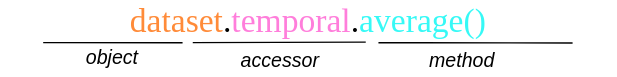
xCDAT/xcdat keeps this draw.io diagram as docs/_static/accessor_api.svg. Above is the earlier version. Source tidied: cells renumbered, new cells last; positions are measured from the earlier drawing's top-left corner, leaving out a move shared by most shapes.
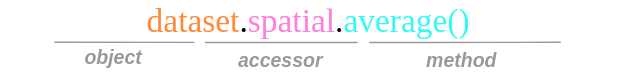
After the commit.

Commit message:
Update accessor class docstrings - Include accessor classes in `api.rst` - Update examples and descriptions in `api.rst` - Update `accessor_api.svg` diagram

What changed in the source:
```diff
@@ -2,29 +2,26 @@
   <root>
     <mxCell id="0" />
     <mxCell id="1" parent="0" />
-    <mxCell id="2" value="&lt;font style=&quot;font-size: 24px&quot; face=&quot;Fira Code&quot;&gt;&lt;font color=&quot;#FF8B39&quot;&gt;dataset&lt;/font&gt;.&lt;font color=&quot;#FF7EDB&quot;&gt;temporal&lt;/font&gt;.&lt;font color=&quot;#36F9F6&quot;&gt;average()&lt;/font&gt;&lt;/font&gt;" style="rounded=0;whiteSpace=wrap;html=1;labelBackgroundColor=none;fillColor=none;strokeColor=none;" parent="1" vertex="1">
+    <mxCell id="2" value="&lt;font style=&quot;font-size: 24px&quot; face=&quot;Fira Code&quot;&gt;&lt;font color=&quot;#FF8B39&quot;&gt;dataset&lt;/font&gt;.&lt;font color=&quot;#FF7EDB&quot;&gt;spatial&lt;/font&gt;.&lt;font color=&quot;#36F9F6&quot;&gt;average()&lt;/font&gt;&lt;/font&gt;" style="rounded=0;whiteSpace=wrap;html=1;labelBackgroundColor=none;fillColor=none;strokeColor=none;" parent="1" vertex="1">
       <mxGeometry width="440" height="30" as="geometry" />
     </mxCell>
-    <mxCell id="3" value="&lt;font style=&quot;font-size: 14px&quot;&gt;&lt;font style=&quot;font-size: 14px&quot;&gt;accessor&lt;/font&gt;&lt;br&gt;&lt;/font&gt;" style="text;html=1;strokeColor=none;fillColor=none;align=center;verticalAlign=middle;whiteSpace=wrap;rounded=0;fontSize=24;fontStyle=2;" parent="1" vertex="1">
+    <mxCell id="3" value="&lt;font style=&quot;font-size: 14px&quot;&gt;&lt;font style=&quot;font-size: 14px&quot;&gt;accessor&lt;/font&gt;&lt;br&gt;&lt;/font&gt;" style="text;html=1;strokeColor=none;fillColor=none;align=center;verticalAlign=middle;whiteSpace=wrap;rounded=0;fontSize=24;fontStyle=3;fontColor=#999999;" parent="1" vertex="1">
       <mxGeometry x="130" y="30" width="140" height="20" as="geometry" />
     </mxCell>
-    <mxCell id="4" value="&lt;font style=&quot;font-size: 14px&quot;&gt;object&lt;/font&gt;" style="text;html=1;strokeColor=none;fillColor=none;align=center;verticalAlign=middle;whiteSpace=wrap;rounded=0;fontSize=18;fontStyle=2;" parent="1" vertex="1">
+    <mxCell id="4" value="&lt;font style=&quot;font-size: 14px&quot;&gt;object&lt;/font&gt;" style="text;html=1;strokeColor=none;fillColor=none;align=center;verticalAlign=middle;whiteSpace=wrap;rounded=0;fontSize=18;fontStyle=3;fontColor=#999999;" parent="1" vertex="1">
       <mxGeometry x="50" y="30" width="60" height="20" as="geometry" />
     </mxCell>
-    <mxCell id="5" value="&lt;font style=&quot;font-size: 14px&quot;&gt;method&lt;/font&gt;" style="text;html=1;strokeColor=none;fillColor=none;align=center;verticalAlign=middle;whiteSpace=wrap;rounded=0;fontSize=24;fontStyle=2;" parent="1" vertex="1">
+    <mxCell id="5" value="&lt;font style=&quot;font-size: 14px&quot;&gt;method&lt;/font&gt;" style="text;html=1;strokeColor=none;fillColor=none;align=center;verticalAlign=middle;whiteSpace=wrap;rounded=0;fontSize=24;fontStyle=3;fontColor=#999999;" parent="1" vertex="1">
       <mxGeometry x="300" y="30" width="60" height="20" as="geometry" />
     </mxCell>
-    <mxCell id="6" style="endArrow=none;html=1;rounded=0;fontSize=18;fontColor=none;entryX=0.069;entryY=0.998;entryDx=0;entryDy=0;entryPerimeter=0;" parent="1" edge="1" target="2">
-      <mxGeometry relative="1" as="geometry">
-        <mxPoint x="130" y="30" as="sourcePoint" />
-      </mxGeometry>
+    <mxCell id="6" style="endArrow=none;html=1;rounded=0;fontSize=18;fontColor=#999999;entryX=0.085;entryY=0.993;entryDx=0;entryDy=0;entryPerimeter=0;exitX=0.056;exitY=-0.005;exitDx=0;exitDy=0;exitPerimeter=0;strokeColor=#999999;" parent="1" edge="1" source="3" target="2">
+      <mxGeometry relative="1" as="geometry" />
     </mxCell>
-    <mxCell id="7" style="endArrow=none;html=1;rounded=0;fontSize=18;fontColor=none;entryX=0.312;entryY=0.998;entryDx=0;entryDy=0;entryPerimeter=0;exitX=0.593;exitY=0.987;exitDx=0;exitDy=0;exitPerimeter=0;" parent="1" edge="1" source="2" target="2">
+    <mxCell id="7" style="endArrow=none;html=1;rounded=0;fontSize=18;fontColor=#999999;exitX=0.893;exitY=0.002;exitDx=0;exitDy=0;exitPerimeter=0;entryX=0.11;entryY=0.002;entryDx=0;entryDy=0;entryPerimeter=0;strokeColor=#999999;" parent="1" edge="1" source="3" target="3">
       <mxGeometry relative="1" as="geometry" />
     </mxCell>
-    <mxCell id="8" style="endArrow=none;html=1;rounded=0;fontSize=18;fontColor=none;entryX=0.349;entryY=0.984;entryDx=0;entryDy=0;entryPerimeter=0;exitX=0.929;exitY=1.008;exitDx=0;exitDy=0;exitPerimeter=0;" parent="1" edge="1" source="2">
+    <mxCell id="8" style="endArrow=none;html=1;rounded=0;fontSize=18;fontColor=#999999;entryX=0.953;entryY=0.002;entryDx=0;entryDy=0;entryPerimeter=0;exitX=0.911;exitY=0.996;exitDx=0;exitDy=0;exitPerimeter=0;strokeColor=#999999;" parent="1" edge="1" source="2" target="3">
       <mxGeometry relative="1" as="geometry">
-        <mxPoint x="270" y="30" as="targetPoint" />
         <Array as="points">
           <mxPoint x="300" y="30" />
         </Array>
```
